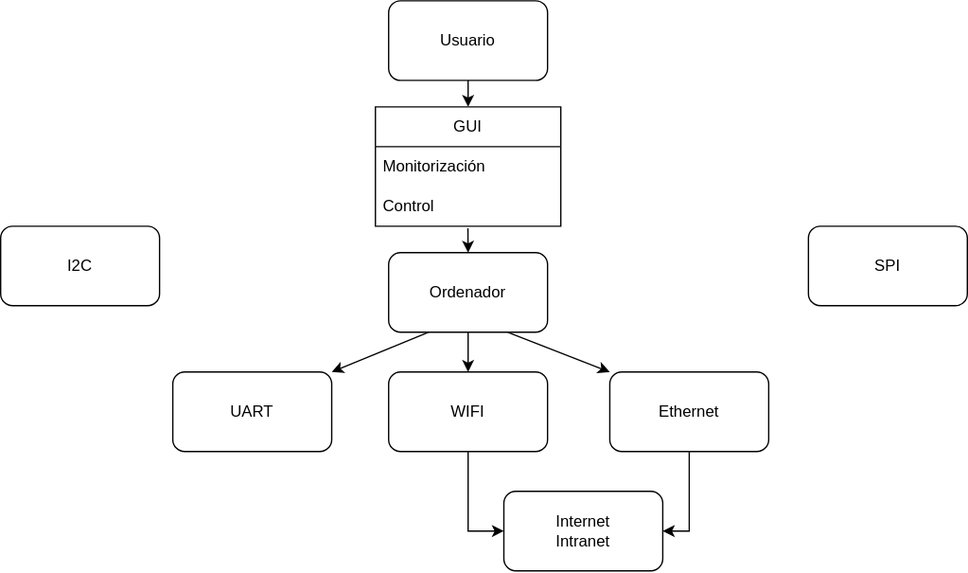
Javitax47/Hydro keeps this draw.io diagram as Hydro.drawio.svg. Above is the earlier version. Source tidied: cells renumbered, new cells last; positions are measured from the earlier drawing's top-left corner, leaving out a move shared by most shapes.
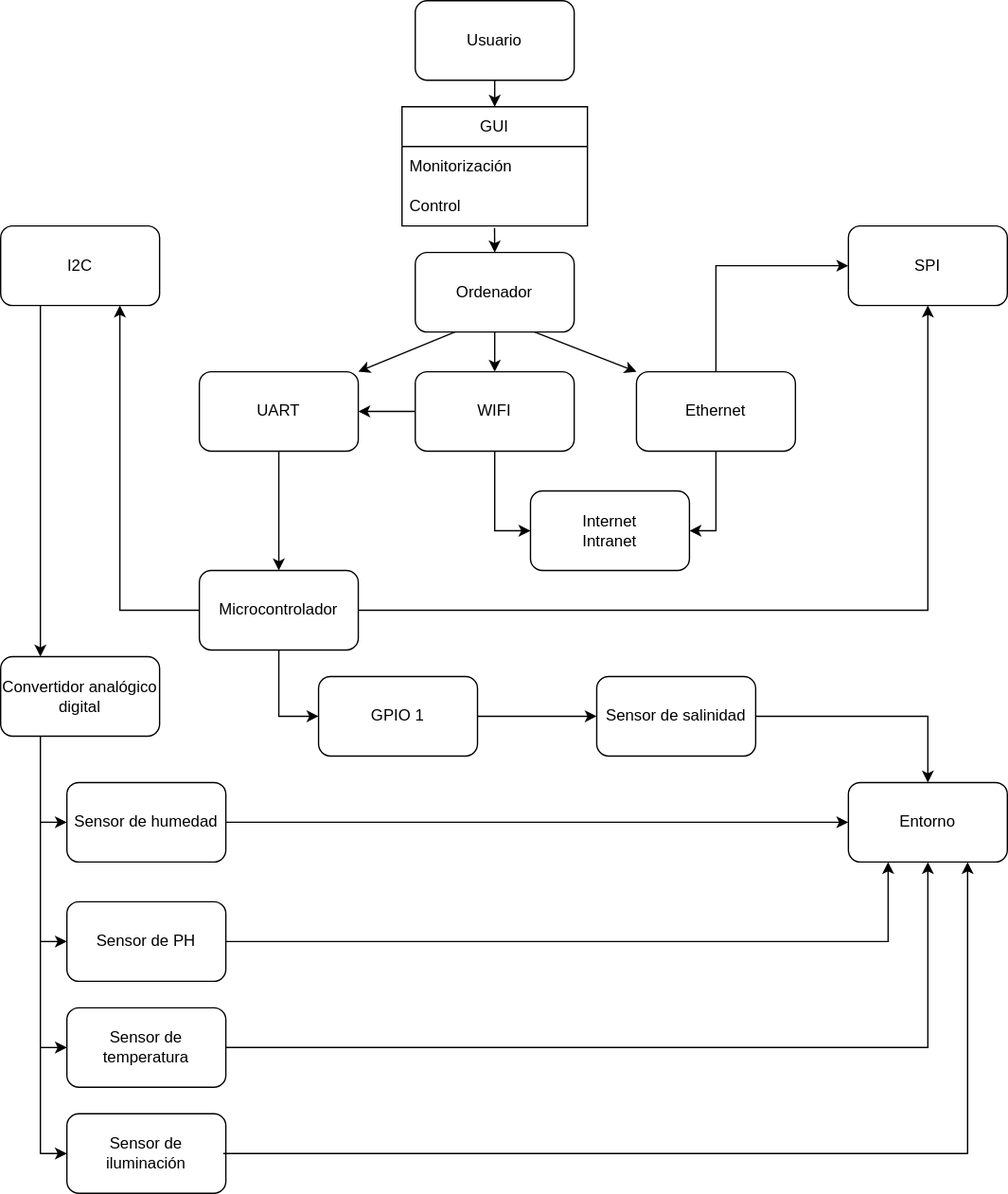
Above is the later version.

Change to the diagram source:
```diff
@@ -20,11 +20,14 @@
       <mxGeometry y="60" width="140" height="30" as="geometry" />
     </mxCell>
     <mxCell id="7" value="SPI" style="rounded=1;whiteSpace=wrap;html=1;" parent="1" vertex="1">
-      <mxGeometry x="610" y="170" width="120" height="60" as="geometry" />
+      <mxGeometry x="620" y="170" width="120" height="60" as="geometry" />
     </mxCell>
     <mxCell id="8" value="I2C" style="rounded=1;whiteSpace=wrap;html=1;" parent="1" vertex="1">
-      <mxGeometry y="170" width="120" height="60" as="geometry" />
+      <mxGeometry x="-20" y="170" width="120" height="60" as="geometry" />
     </mxCell>
+    <mxCell id="20" style="edgeStyle=orthogonalEdgeStyle;rounded=0;jettySize=auto;html=1;exitX=0;exitY=0.5;exitDx=0;exitDy=0;entryX=1;entryY=0.5;entryDx=0;entryDy=0;" parent="1" edge="1" source="9" target="11">
+      <mxGeometry relative="1" as="geometry" />
+    </mxCell>
     <mxCell id="9" value="WIFI" style="rounded=1;whiteSpace=wrap;html=1;" parent="1" vertex="1">
       <mxGeometry x="293" y="280" width="120" height="60" as="geometry" />
     </mxCell>
@@ -66,5 +69,126 @@
     <mxCell id="19" style="endArrow=classic;html=1;rounded=0;exitX=0.75;exitY=1;exitDx=0;exitDy=0;entryX=0;entryY=0;entryDx=0;entryDy=0;" parent="1" edge="1" source="10" target="12">
       <mxGeometry relative="1" as="geometry" />
     </mxCell>
+    <mxCell id="21" style="endArrow=classic;html=1;rounded=0;exitX=0.5;exitY=0;exitDx=0;exitDy=0;entryX=0;entryY=0.5;entryDx=0;entryDy=0;" parent="1" edge="1" source="12" target="7">
+      <mxGeometry relative="1" as="geometry">
+        <Array as="points">
+          <mxPoint x="520" y="200" />
+        </Array>
+      </mxGeometry>
+    </mxCell>
+    <mxCell id="22" value="Microcontrolador" style="rounded=1;whiteSpace=wrap;html=1;" parent="1" vertex="1">
+      <mxGeometry x="130" y="430" width="120" height="60" as="geometry" />
+    </mxCell>
+    <mxCell id="23" style="endArrow=classic;html=1;rounded=0;exitX=0.5;exitY=1;exitDx=0;exitDy=0;entryX=0.5;entryY=0;entryDx=0;entryDy=0;" parent="1" edge="1" source="11" target="22">
+      <mxGeometry relative="1" as="geometry" />
+    </mxCell>
+    <mxCell id="24" style="endArrow=classic;html=1;rounded=0;exitX=1;exitY=0.5;exitDx=0;exitDy=0;entryX=0.5;entryY=1;entryDx=0;entryDy=0;" parent="1" edge="1" source="22" target="7">
+      <mxGeometry relative="1" as="geometry">
+        <Array as="points">
+          <mxPoint x="680" y="460" />
+        </Array>
+      </mxGeometry>
+    </mxCell>
+    <mxCell id="25" style="endArrow=classic;html=1;rounded=0;exitX=0;exitY=0.5;exitDx=0;exitDy=0;entryX=0.75;entryY=1;entryDx=0;entryDy=0;" parent="1" edge="1" source="22" target="8">
+      <mxGeometry relative="1" as="geometry">
+        <Array as="points">
+          <mxPoint x="70" y="460" />
+        </Array>
+      </mxGeometry>
+    </mxCell>
+    <mxCell id="26" value="Convertidor analógico digital" style="rounded=1;whiteSpace=wrap;html=1;" parent="1" vertex="1">
+      <mxGeometry x="-20" y="495" width="120" height="60" as="geometry" />
+    </mxCell>
+    <mxCell id="27" style="endArrow=classic;html=1;rounded=0;entryX=0.25;entryY=0;entryDx=0;entryDy=0;exitX=0.25;exitY=1;exitDx=0;exitDy=0;" parent="1" edge="1" source="8" target="26">
+      <mxGeometry relative="1" as="geometry" />
+    </mxCell>
+    <mxCell id="28" value="Sensor de humedad" style="rounded=1;whiteSpace=wrap;html=1;" parent="1" vertex="1">
+      <mxGeometry x="30" y="590" width="120" height="60" as="geometry" />
+    </mxCell>
+    <mxCell id="29" style="endArrow=classic;html=1;rounded=0;entryX=0;entryY=0.5;entryDx=0;entryDy=0;exitX=0.25;exitY=1;exitDx=0;exitDy=0;" parent="1" edge="1" source="26" target="33">
+      <mxGeometry relative="1" as="geometry">
+        <Array as="points">
+          <mxPoint x="10" y="870" />
+        </Array>
+      </mxGeometry>
+    </mxCell>
+    <mxCell id="30" value="GPIO 1" style="rounded=1;whiteSpace=wrap;html=1;" parent="1" vertex="1">
+      <mxGeometry x="220" y="510" width="120" height="60" as="geometry" />
+    </mxCell>
+    <mxCell id="31" style="endArrow=classic;html=1;rounded=0;entryX=0;entryY=0.5;entryDx=0;entryDy=0;exitX=0.5;exitY=1;exitDx=0;exitDy=0;" parent="1" edge="1" source="22" target="30">
+      <mxGeometry relative="1" as="geometry">
+        <Array as="points">
+          <mxPoint x="190" y="540" />
+        </Array>
+      </mxGeometry>
+    </mxCell>
+    <mxCell id="32" value="Sensor de salinidad" style="rounded=1;whiteSpace=wrap;html=1;" parent="1" vertex="1">
+      <mxGeometry x="430" y="510" width="120" height="60" as="geometry" />
+    </mxCell>
+    <mxCell id="33" value="Sensor de iluminación" style="rounded=1;whiteSpace=wrap;html=1;" parent="1" vertex="1">
+      <mxGeometry x="30" y="840" width="120" height="60" as="geometry" />
+    </mxCell>
+    <mxCell id="34" value="Sensor de temperatura" style="rounded=1;whiteSpace=wrap;html=1;" parent="1" vertex="1">
+      <mxGeometry x="30" y="760" width="120" height="60" as="geometry" />
+    </mxCell>
+    <mxCell id="35" value="Entorno" style="rounded=1;whiteSpace=wrap;html=1;" parent="1" vertex="1">
+      <mxGeometry x="620" y="590" width="120" height="60" as="geometry" />
+    </mxCell>
+    <mxCell id="36" style="endArrow=classic;html=1;rounded=0;entryX=0;entryY=0.5;entryDx=0;entryDy=0;" parent="1" edge="1" target="32">
+      <mxGeometry relative="1" as="geometry">
+        <mxPoint x="340" y="540" as="sourcePoint" />
+      </mxGeometry>
+    </mxCell>
+    <mxCell id="37" style="endArrow=classic;html=1;rounded=0;entryX=0;entryY=0.5;entryDx=0;entryDy=0;exitX=1;exitY=0.5;exitDx=0;exitDy=0;" parent="1" edge="1" source="28" target="35">
+      <mxGeometry relative="1" as="geometry" />
+    </mxCell>
+    <mxCell id="38" style="endArrow=classic;html=1;rounded=0;entryX=0.5;entryY=0;entryDx=0;entryDy=0;" parent="1" edge="1" target="35">
+      <mxGeometry relative="1" as="geometry">
+        <mxPoint x="550" y="540" as="sourcePoint" />
+        <Array as="points">
+          <mxPoint x="680" y="540" />
+        </Array>
+      </mxGeometry>
+    </mxCell>
+    <mxCell id="39" value="Sensor de PH" style="rounded=1;whiteSpace=wrap;html=1;" parent="1" vertex="1">
+      <mxGeometry x="30" y="680" width="120" height="60" as="geometry" />
+    </mxCell>
+    <mxCell id="40" style="endArrow=classic;html=1;rounded=0;entryX=0;entryY=0.5;entryDx=0;entryDy=0;" parent="1" edge="1" target="28">
+      <mxGeometry relative="1" as="geometry">
+        <mxPoint x="10" y="620" as="sourcePoint" />
+      </mxGeometry>
+    </mxCell>
+    <mxCell id="41" style="endArrow=classic;html=1;rounded=0;exitX=1;exitY=0.5;exitDx=0;exitDy=0;entryX=0.25;entryY=1;entryDx=0;entryDy=0;" parent="1" edge="1" source="39" target="35">
+      <mxGeometry relative="1" as="geometry">
+        <Array as="points">
+          <mxPoint x="650" y="710" />
+        </Array>
+      </mxGeometry>
+    </mxCell>
+    <mxCell id="42" style="endArrow=classic;html=1;rounded=0;entryX=0;entryY=0.5;entryDx=0;entryDy=0;" parent="1" edge="1" target="39">
+      <mxGeometry relative="1" as="geometry">
+        <mxPoint x="10" y="710" as="sourcePoint" />
+      </mxGeometry>
+    </mxCell>
+    <mxCell id="43" style="endArrow=classic;html=1;rounded=0;entryX=0.5;entryY=1;entryDx=0;entryDy=0;exitX=1;exitY=0.5;exitDx=0;exitDy=0;" parent="1" edge="1" source="34" target="35">
+      <mxGeometry relative="1" as="geometry">
+        <Array as="points">
+          <mxPoint x="680" y="790" />
+        </Array>
+      </mxGeometry>
+    </mxCell>
+    <mxCell id="44" style="endArrow=classic;html=1;rounded=0;entryX=0;entryY=0.5;entryDx=0;entryDy=0;" parent="1" edge="1" target="34">
+      <mxGeometry relative="1" as="geometry">
+        <mxPoint x="10" y="790" as="sourcePoint" />
+      </mxGeometry>
+    </mxCell>
+    <mxCell id="45" style="endArrow=classic;html=1;rounded=0;entryX=0.75;entryY=1;entryDx=0;entryDy=0;exitX=1;exitY=0.5;exitDx=0;exitDy=0;" parent="1" edge="1" target="35">
+      <mxGeometry relative="1" as="geometry">
+        <mxPoint x="148" y="870" as="sourcePoint" />
+        <Array as="points">
+          <mxPoint x="710" y="870" />
+        </Array>
+      </mxGeometry>
+    </mxCell>
   </root>
 </mxGraphModel>
```
